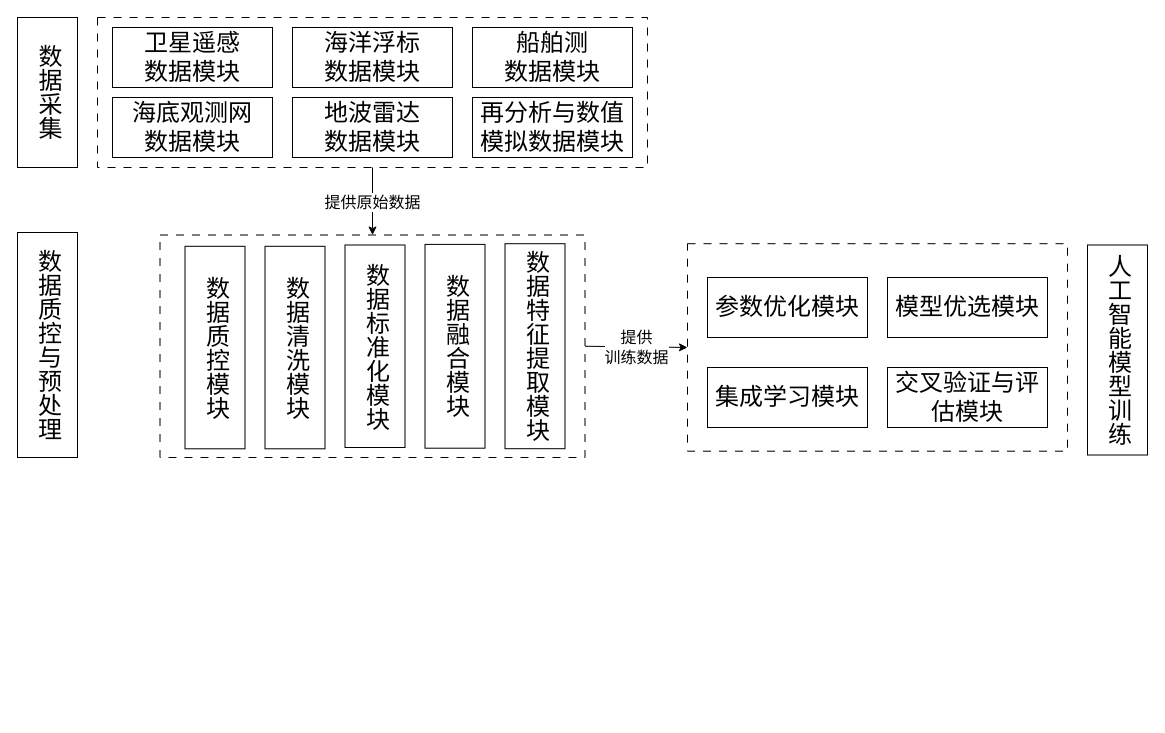
The draw.io diagram 流程图1.drawio in Xylitolor/Xylitolee, before the edit. Source tidied: cells renumbered, new cells numbered last; positions are measured from the earlier drawing's top-left corner, leaving out a move shared by most shapes. Both pictures are drawn from the tidied source at 100%, with x=0, y=0 at pixel (17, 17).
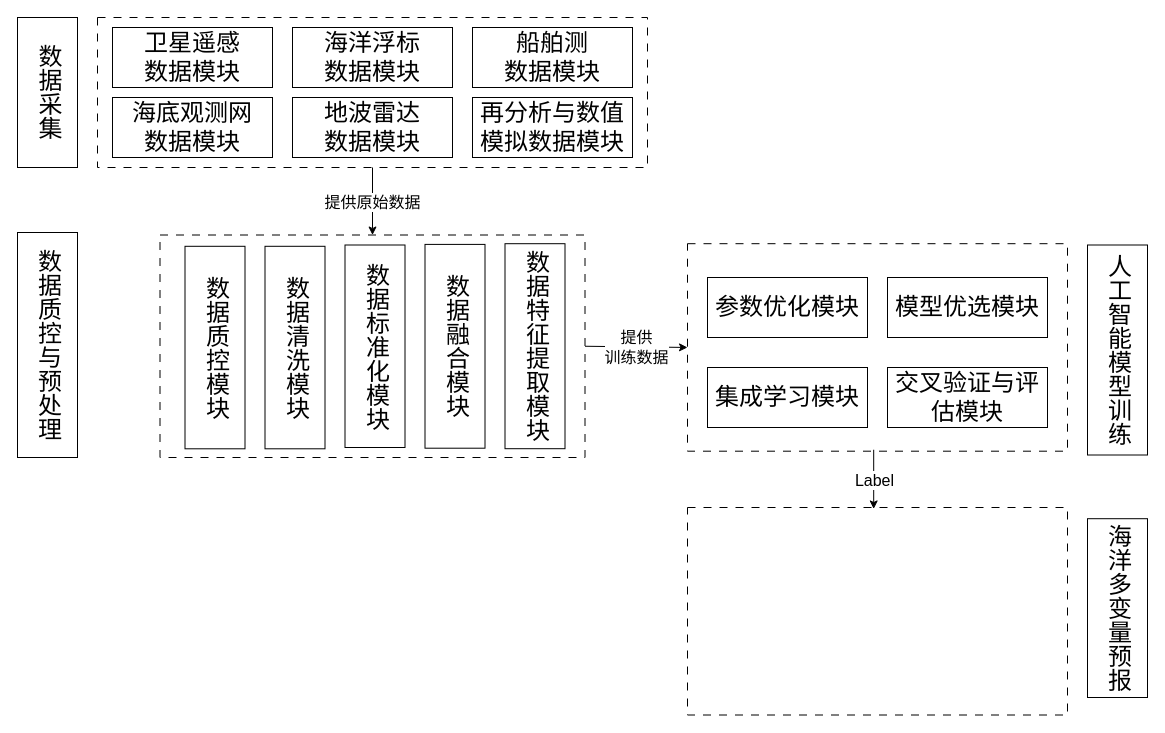
After the change.

Commit message (it also covers changes not shown here):
更新流程图1.drawio

Unchanged cells that the change refers to:
```xml
<mxCell id="23" style="rounded=0;whiteSpace=wrap;html=1;fillColor=none;dashed=1;dashPattern=8 8;strokeColor=#000000;" parent="1" vertex="1">
  <mxGeometry x="670" y="226.2" width="380" height="207.5" as="geometry" />
</mxCell>
```

The edit, as a diff of the source:
```diff
@@
+    <mxCell id="28" style="endArrow=classic;html=1;rounded=0;exitX=0.49;exitY=0.993;exitDx=0;exitDy=0;exitPerimeter=0;entryX=0.49;entryY=0.007;entryDx=0;entryDy=0;entryPerimeter=0;" parent="1" edge="1" source="23" target="31">
+      <mxGeometry relative="1" as="geometry" />
+    </mxCell>
+    <mxCell id="29" value="&lt;font face=&quot;宋体&quot; style=&quot;font-size: 16px;&quot;&gt;Label&lt;/font&gt;" style="edgeLabel;html=1;align=center;verticalAlign=middle;" parent="28" vertex="1">
+      <mxGeometry relative="1" as="geometry" />
+    </mxCell>
+    <mxCell id="30" value="&lt;span style=&quot;line-height: 18px; font-family: 宋体;&quot;&gt;&lt;font style=&quot;font-size: 24px;&quot;&gt;海洋多变量预报&lt;/font&gt;&lt;/span&gt;" style="rounded=0;whiteSpace=wrap;html=1;textDirection=vertical-lr;align=center;" parent="1" vertex="1">
+      <mxGeometry x="1070" y="501.2" width="60" height="178.8" as="geometry" />
+    </mxCell>
+    <mxCell id="31" style="rounded=0;whiteSpace=wrap;html=1;fillColor=none;dashed=1;dashPattern=8 8;strokeColor=#000000;" parent="1" vertex="1">
+      <mxGeometry x="670" y="490" width="380" height="207.5" as="geometry" />
+    </mxCell>
```
